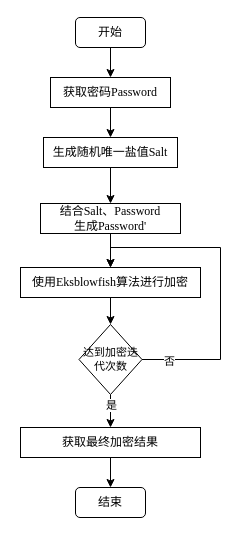
The draw.io diagram DrawIO_file/流程图/BCrypt.drawio in DingDongZz/typera_PicGO, before the edit. Source tidied: cells renumbered, new cells numbered last; positions are measured from the earlier drawing's top-left corner, leaving out a move shared by most shapes. Both pictures are drawn from the tidied source at 100%, with x=0, y=0 at pixel (20, 17).
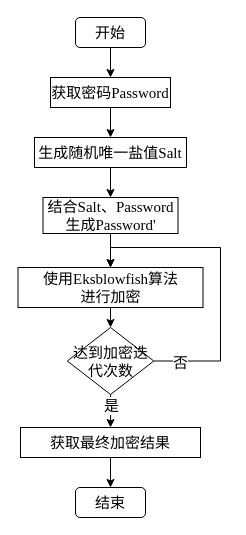
Above is the later version.

The edit, as a diff of the source:
```diff
@@
-    <mxCell id="2" style="edgeStyle=orthogonalEdgeStyle;rounded=0;jettySize=auto;html=1;exitX=0.5;exitY=1;exitDx=0;exitDy=0;fontFamily=宋体;" parent="1" edge="1" source="3" target="5">
+    <mxCell id="2" style="edgeStyle=orthogonalEdgeStyle;rounded=0;jettySize=auto;html=1;exitX=0.5;exitY=1;exitDx=0;exitDy=0;fontFamily=宋体;fontSize=15;" parent="1" edge="1" source="3" target="5">
       <mxGeometry relative="1" as="geometry" />
     </mxCell>
-    <mxCell id="3" value="开始" style="rounded=1;whiteSpace=wrap;html=1;fontFamily=宋体;" parent="1" vertex="1">
+    <mxCell id="3" value="开始" style="rounded=1;whiteSpace=wrap;html=1;fontFamily=宋体;fontSize=15;" parent="1" vertex="1">
       <mxGeometry x="55" width="70" height="30" as="geometry" />
     </mxCell>
-    <mxCell id="4" style="edgeStyle=orthogonalEdgeStyle;rounded=0;jettySize=auto;html=1;exitX=0.5;exitY=1;exitDx=0;exitDy=0;entryX=0.5;entryY=0;entryDx=0;entryDy=0;fontFamily=宋体;" parent="1" edge="1" source="5" target="7">
+    <mxCell id="4" style="edgeStyle=orthogonalEdgeStyle;rounded=0;jettySize=auto;html=1;exitX=0.5;exitY=1;exitDx=0;exitDy=0;entryX=0.5;entryY=0;entryDx=0;entryDy=0;fontFamily=宋体;fontSize=15;" parent="1" edge="1" source="5" target="7">
       <mxGeometry relative="1" as="geometry" />
     </mxCell>
-    <mxCell id="5" value="获取密码&lt;font face=&quot;Times New Roman&quot;&gt;Password&lt;/font&gt;" style="rounded=0;whiteSpace=wrap;html=1;fontFamily=宋体;" parent="1" vertex="1">
+    <mxCell id="5" value="获取密码&lt;font face=&quot;Times New Roman&quot;&gt;Password&lt;/font&gt;" style="rounded=0;whiteSpace=wrap;html=1;fontFamily=宋体;fontSize=15;" parent="1" vertex="1">
       <mxGeometry x="30" y="60" width="120" height="30" as="geometry" />
     </mxCell>
-    <mxCell id="6" style="edgeStyle=orthogonalEdgeStyle;rounded=0;jettySize=auto;html=1;entryX=0.5;entryY=0;entryDx=0;entryDy=0;fontFamily=宋体;" parent="1" edge="1" source="7" target="9">
+    <mxCell id="6" style="edgeStyle=orthogonalEdgeStyle;rounded=0;jettySize=auto;html=1;entryX=0.5;entryY=0;entryDx=0;entryDy=0;fontFamily=宋体;fontSize=15;" parent="1" edge="1" source="7" target="9">
       <mxGeometry relative="1" as="geometry" />
     </mxCell>
-    <mxCell id="7" value="生成随机唯一盐值&lt;font face=&quot;Times New Roman&quot;&gt;Salt&lt;/font&gt;" style="rounded=0;whiteSpace=wrap;html=1;fontFamily=宋体;" parent="1" vertex="1">
-      <mxGeometry x="23" y="120" width="134" height="30" as="geometry" />
+    <mxCell id="7" value="生成随机唯一盐值&lt;font face=&quot;Times New Roman&quot;&gt;Salt&lt;/font&gt;" style="rounded=0;whiteSpace=wrap;html=1;fontFamily=宋体;fontSize=15;" parent="1" vertex="1">
+      <mxGeometry x="14" y="120" width="152" height="30" as="geometry" />
     </mxCell>
-    <mxCell id="8" style="edgeStyle=orthogonalEdgeStyle;rounded=0;jettySize=auto;html=1;entryX=0.5;entryY=0;entryDx=0;entryDy=0;fontFamily=宋体;" parent="1" edge="1" source="9" target="11">
+    <mxCell id="8" style="edgeStyle=orthogonalEdgeStyle;rounded=0;jettySize=auto;html=1;entryX=0.5;entryY=0;entryDx=0;entryDy=0;fontFamily=宋体;fontSize=15;" parent="1" edge="1" source="9" target="11">
       <mxGeometry relative="1" as="geometry" />
     </mxCell>
-    <mxCell id="9" value="结合&lt;font face=&quot;Times New Roman&quot;&gt;Salt、Password&lt;/font&gt;&lt;br&gt;生成&lt;font face=&quot;Times New Roman&quot;&gt;Password'&lt;/font&gt;" style="rounded=0;whiteSpace=wrap;html=1;fontFamily=宋体;" parent="1" vertex="1">
-      <mxGeometry x="20" y="186" width="140" height="30" as="geometry" />
+    <mxCell id="9" value="结合&lt;font face=&quot;Times New Roman&quot;&gt;Salt、Password&lt;/font&gt;&lt;br&gt;生成&lt;font face=&quot;Times New Roman&quot;&gt;Password'&lt;/font&gt;" style="rounded=0;whiteSpace=wrap;html=1;fontFamily=宋体;fontSize=15;" parent="1" vertex="1">
+      <mxGeometry x="22.5" y="180" width="135" height="36" as="geometry" />
     </mxCell>
-    <mxCell id="10" style="edgeStyle=orthogonalEdgeStyle;rounded=0;jettySize=auto;html=1;entryX=0.5;entryY=0;entryDx=0;entryDy=0;fontFamily=宋体;" parent="1" edge="1" source="11" target="16">
+    <mxCell id="10" style="edgeStyle=orthogonalEdgeStyle;rounded=0;jettySize=auto;html=1;entryX=0.5;entryY=0;entryDx=0;entryDy=0;fontFamily=宋体;fontSize=15;" parent="1" edge="1" source="11" target="16">
       <mxGeometry relative="1" as="geometry" />
     </mxCell>
-    <mxCell id="11" value="&lt;div style=&quot;&quot;&gt;使用&lt;font face=&quot;Times New Roman&quot;&gt;Eksblowfish&lt;/font&gt;算法进行加密&lt;/div&gt;" style="rounded=0;whiteSpace=wrap;html=1;align=center;fontFamily=宋体;" parent="1" vertex="1">
-      <mxGeometry y="250" width="180" height="30" as="geometry" />
+    <mxCell id="11" value="&lt;div&gt;使用&lt;font face=&quot;Times New Roman&quot;&gt;Eksblowfish&lt;/font&gt;算法&lt;/div&gt;&lt;div&gt;进行加密&lt;/div&gt;" style="rounded=0;whiteSpace=wrap;html=1;align=center;fontFamily=宋体;fontSize=15;" parent="1" vertex="1">
+      <mxGeometry x="-2.5" y="250" width="185" height="40" as="geometry" />
     </mxCell>
-    <mxCell id="12" style="edgeStyle=orthogonalEdgeStyle;rounded=0;jettySize=auto;html=1;fontFamily=宋体;" parent="1" edge="1" source="16" target="18">
+    <mxCell id="12" style="edgeStyle=orthogonalEdgeStyle;rounded=0;jettySize=auto;html=1;fontFamily=宋体;fontSize=15;" parent="1" edge="1" source="16" target="18">
       <mxGeometry relative="1" as="geometry" />
     </mxCell>
-    <mxCell id="13" value="是" style="edgeLabel;html=1;align=center;verticalAlign=middle;fontFamily=宋体;" parent="12" vertex="1">
+    <mxCell id="13" value="是" style="edgeLabel;html=1;align=center;verticalAlign=middle;fontFamily=宋体;fontSize=15;" parent="12" vertex="1">
       <mxGeometry x="-0.68" relative="1" as="geometry">
-        <mxPoint y="2" as="offset" />
+        <mxPoint y="6" as="offset" />
       </mxGeometry>
     </mxCell>
-    <mxCell id="14" style="edgeStyle=orthogonalEdgeStyle;rounded=0;jettySize=auto;html=1;entryX=0.5;entryY=0;entryDx=0;entryDy=0;exitX=1;exitY=0.5;exitDx=0;exitDy=0;fontFamily=宋体;" parent="1" edge="1" source="16">
+    <mxCell id="14" style="edgeStyle=orthogonalEdgeStyle;rounded=0;jettySize=auto;html=1;entryX=0.5;entryY=0;entryDx=0;entryDy=0;exitX=1;exitY=0.5;exitDx=0;exitDy=0;fontFamily=宋体;fontSize=15;" parent="1" edge="1" source="16">
       <mxGeometry relative="1" as="geometry">
         <mxPoint x="90" y="250" as="targetPoint" />
         <Array as="points">
-          <mxPoint x="200" y="342" />
+          <mxPoint x="200" y="344" />
           <mxPoint x="200" y="230" />
           <mxPoint x="90" y="230" />
         </Array>
       </mxGeometry>
     </mxCell>
-    <mxCell id="15" value="否" style="edgeLabel;html=1;align=center;verticalAlign=middle;fontFamily=宋体;" parent="14" vertex="1">
+    <mxCell id="15" value="否" style="edgeLabel;html=1;align=center;verticalAlign=middle;fontFamily=宋体;fontSize=15;" parent="14" vertex="1">
       <mxGeometry x="-0.83" y="-1" relative="1" as="geometry" />
     </mxCell>
-    <mxCell id="16" value="达到加密迭&lt;div&gt;代次数&lt;/div&gt;" style="rhombus;whiteSpace=wrap;html=1;fontSize=11;fontFamily=宋体;" parent="1" vertex="1">
-      <mxGeometry x="58.5" y="307" width="63" height="70" as="geometry" />
+    <mxCell id="16" value="达到加密迭&lt;span style=&quot;background-color: transparent; color: light-dark(rgb(0, 0, 0), rgb(255, 255, 255));&quot;&gt;代次数&lt;/span&gt;" style="rhombus;whiteSpace=wrap;html=1;fontSize=15;fontFamily=宋体;" parent="1" vertex="1">
+      <mxGeometry x="46.8" y="310" width="86.5" height="67" as="geometry" />
     </mxCell>
-    <mxCell id="17" style="edgeStyle=orthogonalEdgeStyle;rounded=0;jettySize=auto;html=1;fontFamily=宋体;" parent="1" edge="1" source="18" target="19">
+    <mxCell id="17" style="edgeStyle=orthogonalEdgeStyle;rounded=0;jettySize=auto;html=1;fontFamily=宋体;fontSize=15;" parent="1" edge="1" source="18" target="19">
       <mxGeometry relative="1" as="geometry" />
     </mxCell>
-    <mxCell id="18" value="&lt;div style=&quot;&quot;&gt;获取最终加密结果&lt;/div&gt;" style="rounded=0;whiteSpace=wrap;html=1;align=center;fontFamily=宋体;" parent="1" vertex="1">
+    <mxCell id="18" value="&lt;div&gt;获取最终加密结果&lt;/div&gt;" style="rounded=0;whiteSpace=wrap;html=1;align=center;fontFamily=宋体;fontSize=15;" parent="1" vertex="1">
       <mxGeometry y="410" width="180" height="30" as="geometry" />
     </mxCell>
-    <mxCell id="19" value="结束" style="rounded=1;whiteSpace=wrap;html=1;fontFamily=宋体;" parent="1" vertex="1">
+    <mxCell id="19" value="结束" style="rounded=1;whiteSpace=wrap;html=1;fontFamily=宋体;fontSize=15;" parent="1" vertex="1">
       <mxGeometry x="55" y="470" width="70" height="30" as="geometry" />
     </mxCell>
```
